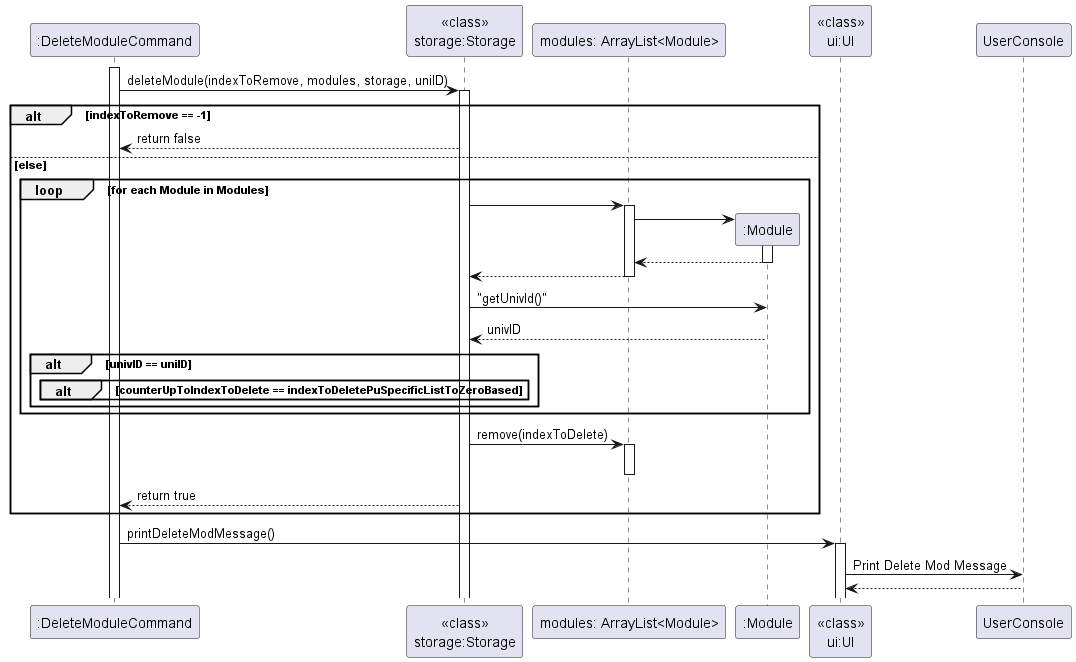
nus-cs2113-AY2223S2/tp keeps this PlantUML diagram as docs/diagrams/DeleteModuleCommandSequenceDiagram.png. Above is the earlier version.
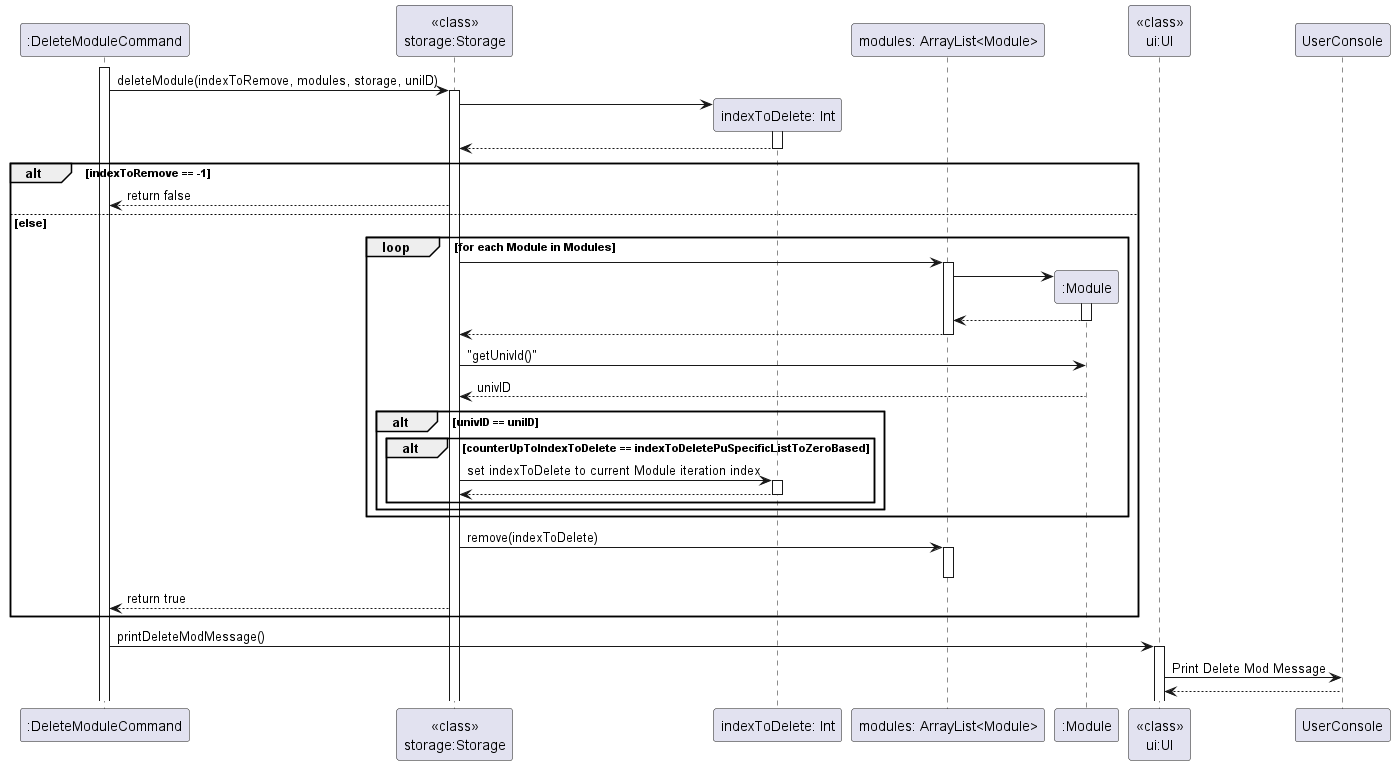
The same file after the commit.

Commit message:
Updated Sequence Diagrams for list and delete commands

Change to the diagram source:
```diff
@@ -4,6 +4,12 @@
 
 ":DeleteModuleCommand" -> "<<class>>\nstorage:Storage" : deleteModule(indexToRemove, modules, storage, uniID)
 activate "<<class>>\nstorage:Storage"
+
+create "indexToDelete: Int"
+"<<class>>\nstorage:Storage" -> "indexToDelete: Int"
+activate "indexToDelete: Int"
+"<<class>>\nstorage:Storage" <-- "indexToDelete: Int"
+deactivate "indexToDelete: Int"
 
 alt indexToRemove == -1
 "<<class>>\nstorage:Storage" --> ":DeleteModuleCommand" : return false
@@ -26,6 +32,11 @@
 
         alt univID == uniID
             alt counterUpToIndexToDelete == indexToDeletePuSpecificListToZeroBased
+                "<<class>>\nstorage:Storage" -> "indexToDelete: Int": set indexToDelete to current Module iteration index
+                activate "indexToDelete: Int"
+                "<<class>>\nstorage:Storage" <-- "indexToDelete: Int"
+                deactivate "indexToDelete: Int"
+
             end
         end
     end
```
